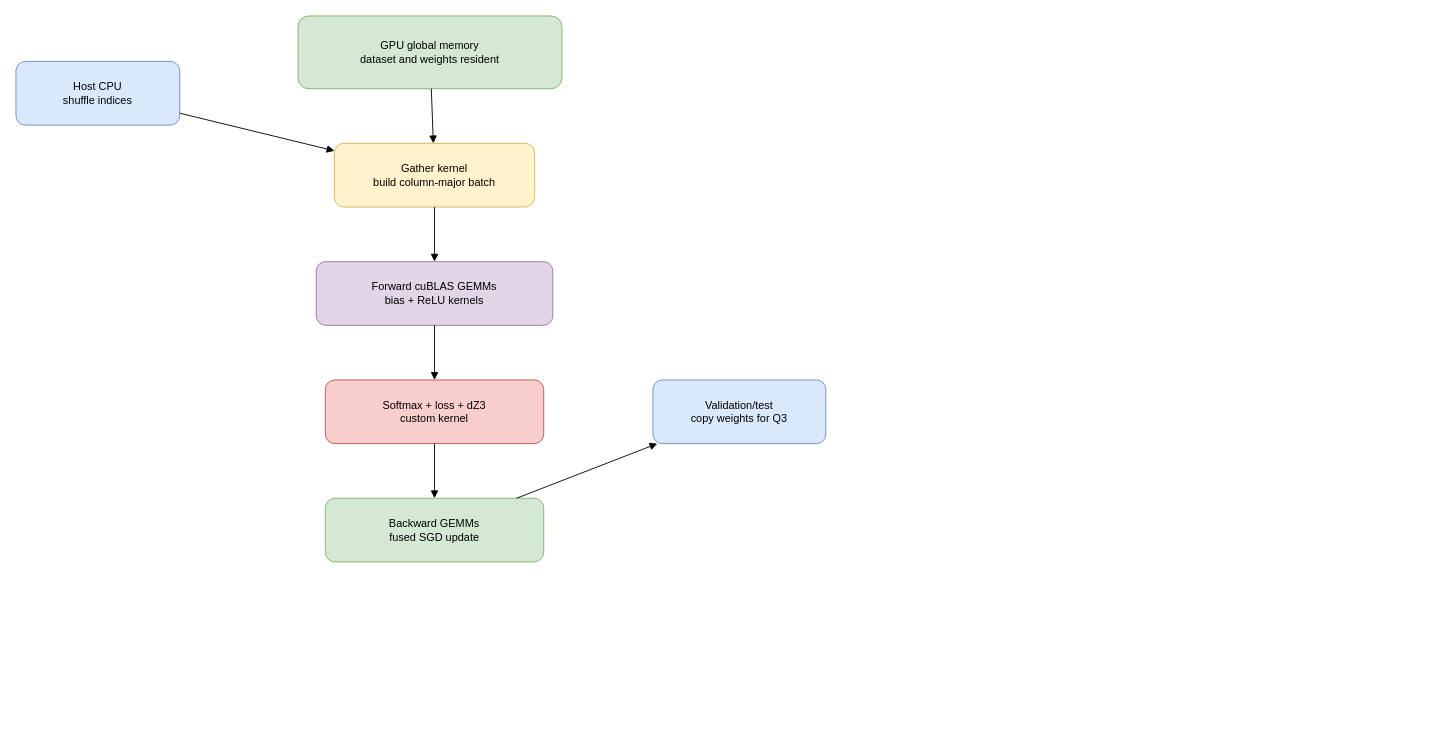
The draw.io diagram page "CUDA" (7 of 7) of docs/diagrams/hpc_workflows.drawio in munsif-dev/hpc-project, before the edit. Source tidied: cells renumbered, new cells numbered last; positions are measured from the earlier drawing's top-left corner, leaving out a move shared by most shapes. Both pictures are drawn from the tidied source at 91%, with x=0, y=0 at pixel (15, 15).
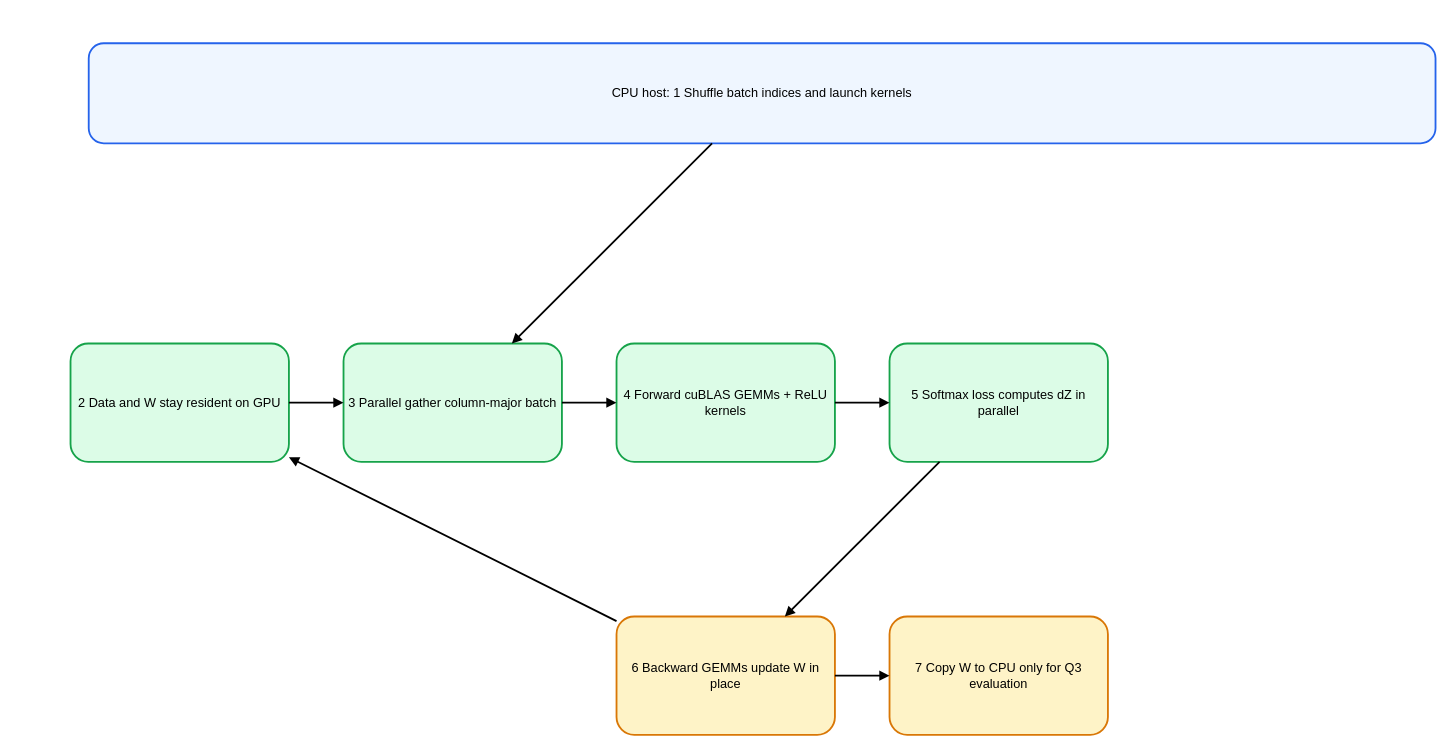
Above is the later version.

What changed in the source:
```diff
@@
 <mxGraphModel>
   <root>
     <mxCell id="0" />
     <mxCell id="1" parent="0" />
-    <mxCell id="2" value="Host CPU&lt;br&gt;shuffle indices" style="rounded=1;whiteSpace=wrap;html=1;fillColor=#dae8fc;strokeColor=#6c8ebf;" parent="1" vertex="1">
-      <mxGeometry y="50" width="180" height="70" as="geometry" />
-    </mxCell>
-    <mxCell id="3" value="GPU global memory&lt;br&gt;dataset and weights resident" style="rounded=1;whiteSpace=wrap;html=1;fillColor=#d5e8d4;strokeColor=#82b366;" parent="1" vertex="1">
-      <mxGeometry x="310" width="290" height="80" as="geometry" />
-    </mxCell>
-    <mxCell id="4" value="Gather kernel&lt;br&gt;build column-major batch" style="rounded=1;whiteSpace=wrap;html=1;fillColor=#fff2cc;strokeColor=#d6b656;" parent="1" vertex="1">
-      <mxGeometry x="350" y="140" width="220" height="70" as="geometry" />
-    </mxCell>
-    <mxCell id="5" value="Forward cuBLAS GEMMs&lt;br&gt;bias + ReLU kernels" style="rounded=1;whiteSpace=wrap;html=1;fillColor=#e1d5e7;strokeColor=#9673a6;" parent="1" vertex="1">
-      <mxGeometry x="330" y="270" width="260" height="70" as="geometry" />
-    </mxCell>
-    <mxCell id="6" value="Softmax + loss + dZ3&lt;br&gt;custom kernel" style="rounded=1;whiteSpace=wrap;html=1;fillColor=#f8cecc;strokeColor=#b85450;" parent="1" vertex="1">
-      <mxGeometry x="340" y="400" width="240" height="70" as="geometry" />
-    </mxCell>
-    <mxCell id="7" value="Backward GEMMs&lt;br&gt;fused SGD update" style="rounded=1;whiteSpace=wrap;html=1;fillColor=#d5e8d4;strokeColor=#82b366;" parent="1" vertex="1">
-      <mxGeometry x="340" y="530" width="240" height="70" as="geometry" />
-    </mxCell>
-    <mxCell id="8" value="Validation/test&lt;br&gt;copy weights for Q3" style="rounded=1;whiteSpace=wrap;html=1;fillColor=#dae8fc;strokeColor=#6c8ebf;" parent="1" vertex="1">
-      <mxGeometry x="700" y="400" width="190" height="70" as="geometry" />
-    </mxCell>
-    <mxCell id="9" style="endArrow=block;html=1;rounded=0;" parent="1" edge="1" source="2" target="4">
-      <mxGeometry relative="1" as="geometry" />
-    </mxCell>
-    <mxCell id="10" style="endArrow=block;html=1;rounded=0;" parent="1" edge="1" source="3" target="4">
-      <mxGeometry relative="1" as="geometry" />
-    </mxCell>
-    <mxCell id="11" style="endArrow=block;html=1;rounded=0;" parent="1" edge="1" source="4" target="5">
-      <mxGeometry relative="1" as="geometry" />
-    </mxCell>
-    <mxCell id="12" style="endArrow=block;html=1;rounded=0;" parent="1" edge="1" source="5" target="6">
-      <mxGeometry relative="1" as="geometry" />
-    </mxCell>
-    <mxCell id="13" style="endArrow=block;html=1;rounded=0;" parent="1" edge="1" source="6" target="7">
-      <mxGeometry relative="1" as="geometry" />
-    </mxCell>
-    <mxCell id="14" style="endArrow=block;html=1;rounded=0;" parent="1" edge="1" source="7" target="8">
-      <mxGeometry relative="1" as="geometry" />
-    </mxCell>
+    <mxCell id="15" value="CPU host: 1 Shuffle batch indices and launch kernels" style="rounded=1;whiteSpace=wrap;html=1;fontSize=14;strokeWidth=2;fillColor=#eff6ff;strokeColor=#2563eb;" parent="1" vertex="1">
+      <mxGeometry x="80" y="30" width="1480" height="110" as="geometry" />
+    </mxCell>
+    <mxCell id="16" value="2 Data and W stay resident on GPU" style="rounded=1;whiteSpace=wrap;html=1;fontSize=14;strokeWidth=2;fillColor=#dcfce7;strokeColor=#16a34a;" parent="1" vertex="1">
+      <mxGeometry x="60" y="360" width="240" height="130" as="geometry" />
+    </mxCell>
+    <mxCell id="17" value="3 Parallel gather column-major batch" style="rounded=1;whiteSpace=wrap;html=1;fontSize=14;strokeWidth=2;fillColor=#dcfce7;strokeColor=#16a34a;" parent="1" vertex="1">
+      <mxGeometry x="360" y="360" width="240" height="130" as="geometry" />
+    </mxCell>
+    <mxCell id="18" value="4 Forward cuBLAS GEMMs + ReLU kernels" style="rounded=1;whiteSpace=wrap;html=1;fontSize=14;strokeWidth=2;fillColor=#dcfce7;strokeColor=#16a34a;" parent="1" vertex="1">
+      <mxGeometry x="660" y="360" width="240" height="130" as="geometry" />
+    </mxCell>
+    <mxCell id="19" value="5 Softmax loss computes dZ in parallel" style="rounded=1;whiteSpace=wrap;html=1;fontSize=14;strokeWidth=2;fillColor=#dcfce7;strokeColor=#16a34a;" parent="1" vertex="1">
+      <mxGeometry x="960" y="360" width="240" height="130" as="geometry" />
+    </mxCell>
+    <mxCell id="20" value="6 Backward GEMMs update W in place" style="rounded=1;whiteSpace=wrap;html=1;fontSize=14;strokeWidth=2;fillColor=#fef3c7;strokeColor=#d97706;" parent="1" vertex="1">
+      <mxGeometry x="660" y="660" width="240" height="130" as="geometry" />
+    </mxCell>
+    <mxCell id="21" value="7 Copy W to CPU only for Q3 evaluation" style="rounded=1;whiteSpace=wrap;html=1;fontSize=14;strokeWidth=2;fillColor=#fef3c7;strokeColor=#d97706;" parent="1" vertex="1">
+      <mxGeometry x="960" y="660" width="240" height="130" as="geometry" />
+    </mxCell>
+    <mxCell id="22" style="endArrow=block;html=1;rounded=0;fontSize=14;strokeWidth=2;" parent="1" edge="1" source="15" target="17">
+      <mxGeometry relative="1" as="geometry" />
+    </mxCell>
+    <mxCell id="23" style="endArrow=block;html=1;rounded=0;fontSize=14;strokeWidth=2;" parent="1" edge="1" source="16" target="17">
+      <mxGeometry relative="1" as="geometry" />
+    </mxCell>
+    <mxCell id="24" style="endArrow=block;html=1;rounded=0;fontSize=14;strokeWidth=2;" parent="1" edge="1" source="17" target="18">
+      <mxGeometry relative="1" as="geometry" />
+    </mxCell>
+    <mxCell id="25" style="endArrow=block;html=1;rounded=0;fontSize=14;strokeWidth=2;" parent="1" edge="1" source="18" target="19">
+      <mxGeometry relative="1" as="geometry" />
+    </mxCell>
+    <mxCell id="26" style="endArrow=block;html=1;rounded=0;fontSize=14;strokeWidth=2;" parent="1" edge="1" source="19" target="20">
+      <mxGeometry relative="1" as="geometry" />
+    </mxCell>
+    <mxCell id="27" style="endArrow=block;html=1;rounded=0;fontSize=14;strokeWidth=2;" parent="1" edge="1" source="20" target="21">
+      <mxGeometry relative="1" as="geometry" />
+    </mxCell>
+    <mxCell id="28" style="endArrow=block;html=1;rounded=0;fontSize=14;strokeWidth=2;" parent="1" edge="1" source="20" target="16">
+      <mxGeometry relative="1" as="geometry" />
+    </mxCell>
   </root>
 </mxGraphModel>
```
